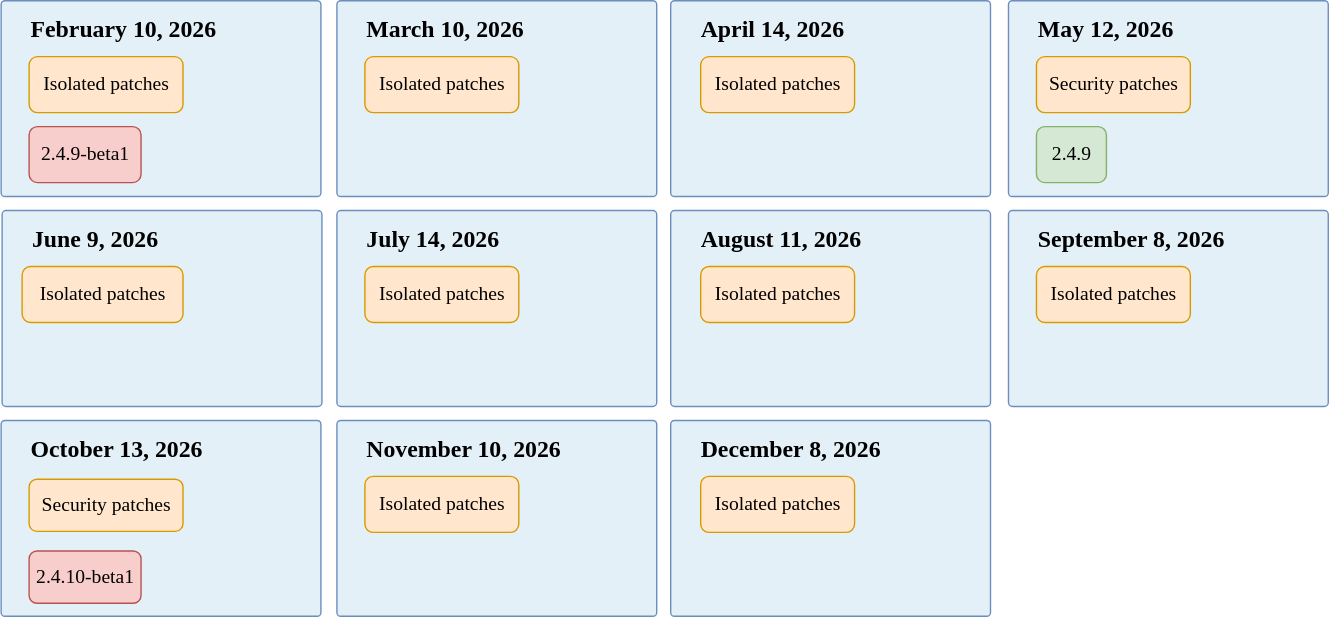
The draw.io diagram help/assets/release/release-calendar.drawio.svg in AdobeDocs/commerce-operations.en, before a commit. Source tidied: cells renumbered, new cells last; positions are measured from the earlier drawing's top-left corner, leaving out a move shared by most shapes.
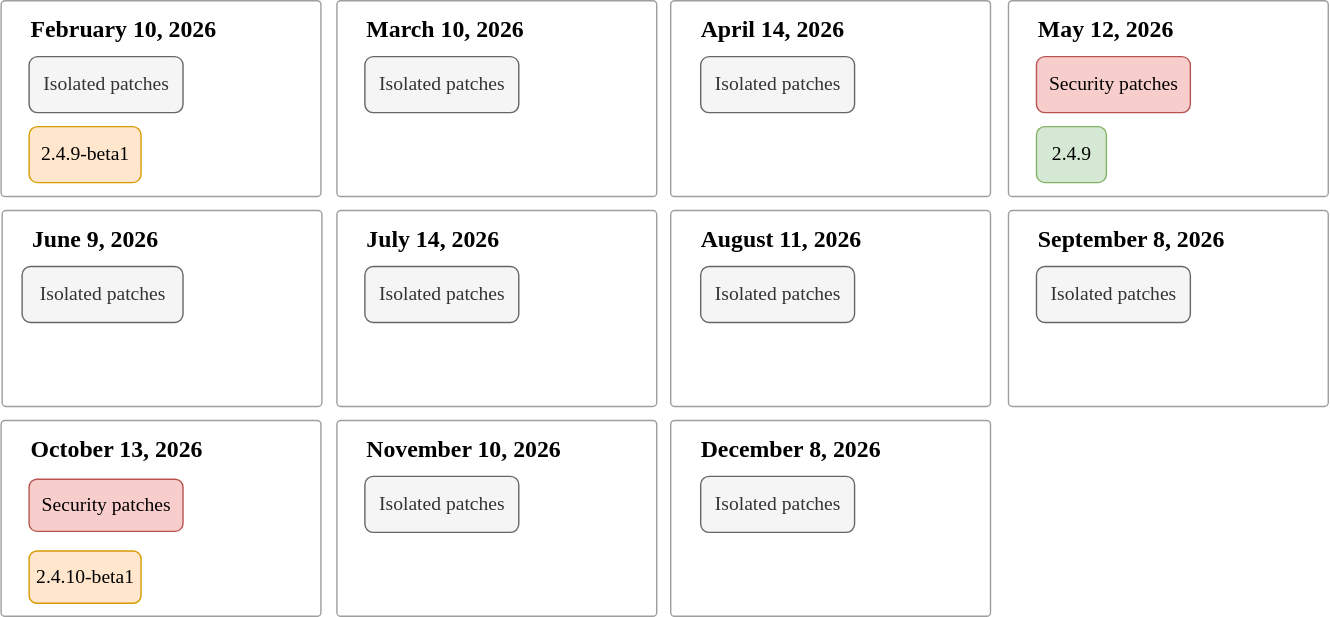
After the change.

Commit message:
COMDOX-1284: remove fill from main boxes

The edit, as a diff of the source:
```diff
@@ -2,79 +2,79 @@
   <root>
     <mxCell id="0" />
     <mxCell id="1" parent="0" />
-    <mxCell id="2" value="&lt;div&gt;&lt;font&gt;&lt;b&gt;March 10, 2026&lt;/b&gt;&lt;/font&gt;&lt;/div&gt;&lt;div&gt;&lt;br&gt;&lt;/div&gt;&lt;div&gt;&lt;br&gt;&lt;/div&gt;" style="rounded=1;whiteSpace=wrap;html=1;arcSize=2;fillColor=#E4F0F8;strokeColor=#6c8ebf;fontFamily=Adobe Clean;fontSize=17;perimeter=rectanglePerimeter;shadow=0;align=left;spacingTop=-58;spacing=2;spacingLeft=19;" parent="1" vertex="1">
+    <mxCell id="2" value="&lt;div&gt;&lt;font&gt;&lt;b&gt;March 10, 2026&lt;/b&gt;&lt;/font&gt;&lt;/div&gt;&lt;div&gt;&lt;br&gt;&lt;/div&gt;&lt;div&gt;&lt;br&gt;&lt;/div&gt;" style="rounded=1;whiteSpace=wrap;html=1;arcSize=2;fillColor=none;strokeColor=#9E9E9E;fontFamily=Adobe Clean;fontSize=17;perimeter=rectanglePerimeter;shadow=0;align=left;spacingTop=-58;spacing=2;spacingLeft=19;" parent="1" vertex="1">
       <mxGeometry x="240" width="228.6" height="140" as="geometry" />
     </mxCell>
-    <mxCell id="3" value="&lt;div&gt;&lt;font&gt;&lt;b&gt;May 12, 2026&lt;/b&gt;&lt;/font&gt;&lt;/div&gt;&lt;div&gt;&lt;br&gt;&lt;/div&gt;&lt;div&gt;&lt;br&gt;&lt;/div&gt;" style="rounded=1;whiteSpace=wrap;html=1;arcSize=2;fillColor=#E4F0F8;strokeColor=#6c8ebf;fontFamily=Adobe Clean;fontSize=17;perimeter=rectanglePerimeter;shadow=0;align=left;spacingTop=-58;spacing=2;spacingLeft=19;" parent="1" vertex="1">
+    <mxCell id="3" value="&lt;div&gt;&lt;font&gt;&lt;b&gt;May 12, 2026&lt;/b&gt;&lt;/font&gt;&lt;/div&gt;&lt;div&gt;&lt;br&gt;&lt;/div&gt;&lt;div&gt;&lt;br&gt;&lt;/div&gt;" style="rounded=1;whiteSpace=wrap;html=1;arcSize=2;fillColor=none;strokeColor=#9E9E9E;fontFamily=Adobe Clean;fontSize=17;perimeter=rectanglePerimeter;shadow=0;align=left;spacingTop=-58;spacing=2;spacingLeft=19;" parent="1" vertex="1">
       <mxGeometry x="720" width="228.6" height="140" as="geometry" />
     </mxCell>
-    <mxCell id="4" value="&lt;div&gt;&lt;font&gt;&lt;b&gt;June 9, 2026&lt;/b&gt;&lt;/font&gt;&lt;/div&gt;&lt;div&gt;&lt;br&gt;&lt;/div&gt;&lt;div&gt;&lt;br&gt;&lt;/div&gt;" style="rounded=1;whiteSpace=wrap;html=1;arcSize=2;fillColor=#E4F0F8;strokeColor=#6c8ebf;fontFamily=Adobe Clean;fontSize=17;perimeter=rectanglePerimeter;shadow=0;align=left;spacingTop=-58;spacing=2;spacingLeft=19;" parent="1" vertex="1">
+    <mxCell id="4" value="&lt;div&gt;&lt;font&gt;&lt;b&gt;June 9, 2026&lt;/b&gt;&lt;/font&gt;&lt;/div&gt;&lt;div&gt;&lt;br&gt;&lt;/div&gt;&lt;div&gt;&lt;br&gt;&lt;/div&gt;" style="rounded=1;whiteSpace=wrap;html=1;arcSize=2;fillColor=none;strokeColor=#9E9E9E;fontFamily=Adobe Clean;fontSize=17;perimeter=rectanglePerimeter;shadow=0;align=left;spacingTop=-58;spacing=2;spacingLeft=19;" parent="1" vertex="1">
       <mxGeometry x="0.7" y="150" width="228.6" height="140" as="geometry" />
     </mxCell>
-    <mxCell id="5" value="&lt;div&gt;&lt;font&gt;&lt;b&gt;July 14, 2026&lt;/b&gt;&lt;/font&gt;&lt;/div&gt;&lt;div&gt;&lt;br&gt;&lt;/div&gt;&lt;div&gt;&lt;br&gt;&lt;/div&gt;" style="rounded=1;whiteSpace=wrap;html=1;arcSize=2;fillColor=#E4F0F8;strokeColor=#6c8ebf;fontFamily=Adobe Clean;fontSize=17;perimeter=rectanglePerimeter;shadow=0;align=left;spacingTop=-58;spacing=2;spacingLeft=19;" parent="1" vertex="1">
+    <mxCell id="5" value="&lt;div&gt;&lt;font&gt;&lt;b&gt;July 14, 2026&lt;/b&gt;&lt;/font&gt;&lt;/div&gt;&lt;div&gt;&lt;br&gt;&lt;/div&gt;&lt;div&gt;&lt;br&gt;&lt;/div&gt;" style="rounded=1;whiteSpace=wrap;html=1;arcSize=2;fillColor=none;strokeColor=#9E9E9E;fontFamily=Adobe Clean;fontSize=17;perimeter=rectanglePerimeter;shadow=0;align=left;spacingTop=-58;spacing=2;spacingLeft=19;" parent="1" vertex="1">
       <mxGeometry x="240" y="150" width="228.6" height="140" as="geometry" />
     </mxCell>
-    <mxCell id="6" value="&lt;div&gt;&lt;font&gt;&lt;b&gt;August 11, 2026&lt;/b&gt;&lt;/font&gt;&lt;/div&gt;&lt;div&gt;&lt;br&gt;&lt;/div&gt;&lt;div&gt;&lt;br&gt;&lt;/div&gt;" style="rounded=1;whiteSpace=wrap;html=1;arcSize=2;fillColor=#E4F0F8;strokeColor=#6c8ebf;fontFamily=Adobe Clean;fontSize=17;perimeter=rectanglePerimeter;shadow=0;align=left;spacingTop=-58;spacing=2;spacingLeft=19;" parent="1" vertex="1">
+    <mxCell id="6" value="&lt;div&gt;&lt;font&gt;&lt;b&gt;August 11, 2026&lt;/b&gt;&lt;/font&gt;&lt;/div&gt;&lt;div&gt;&lt;br&gt;&lt;/div&gt;&lt;div&gt;&lt;br&gt;&lt;/div&gt;" style="rounded=1;whiteSpace=wrap;html=1;arcSize=2;fillColor=none;strokeColor=#9E9E9E;fontFamily=Adobe Clean;fontSize=17;perimeter=rectanglePerimeter;shadow=0;align=left;spacingTop=-58;spacing=2;spacingLeft=19;" parent="1" vertex="1">
       <mxGeometry x="478.6" y="150" width="228.6" height="140" as="geometry" />
     </mxCell>
-    <mxCell id="7" value="&lt;div&gt;&lt;font&gt;&lt;b&gt;September 8, 2026&lt;/b&gt;&lt;/font&gt;&lt;/div&gt;&lt;div&gt;&lt;br&gt;&lt;/div&gt;&lt;div&gt;&lt;br&gt;&lt;/div&gt;" style="rounded=1;whiteSpace=wrap;html=1;arcSize=2;fillColor=#E4F0F8;strokeColor=#6c8ebf;fontFamily=Adobe Clean;fontSize=17;perimeter=rectanglePerimeter;shadow=0;align=left;spacingTop=-58;spacing=2;spacingLeft=19;" parent="1" vertex="1">
+    <mxCell id="7" value="&lt;div&gt;&lt;font&gt;&lt;b&gt;September 8, 2026&lt;/b&gt;&lt;/font&gt;&lt;/div&gt;&lt;div&gt;&lt;br&gt;&lt;/div&gt;&lt;div&gt;&lt;br&gt;&lt;/div&gt;" style="rounded=1;whiteSpace=wrap;html=1;arcSize=2;fillColor=none;strokeColor=#9E9E9E;fontFamily=Adobe Clean;fontSize=17;perimeter=rectanglePerimeter;shadow=0;align=left;spacingTop=-58;spacing=2;spacingLeft=19;" parent="1" vertex="1">
       <mxGeometry x="720" y="150" width="228.6" height="140" as="geometry" />
     </mxCell>
-    <mxCell id="8" value="&lt;div&gt;&lt;font&gt;&lt;b&gt;November 10, 2026&lt;/b&gt;&lt;/font&gt;&lt;/div&gt;&lt;div&gt;&lt;br&gt;&lt;/div&gt;&lt;div&gt;&lt;br&gt;&lt;/div&gt;" style="rounded=1;whiteSpace=wrap;html=1;arcSize=2;fillColor=#E4F0F8;strokeColor=#6c8ebf;fontFamily=Adobe Clean;fontSize=17;perimeter=rectanglePerimeter;shadow=0;align=left;spacingTop=-58;spacing=2;spacingLeft=19;" parent="1" vertex="1">
+    <mxCell id="8" value="&lt;div&gt;&lt;font&gt;&lt;b&gt;November 10, 2026&lt;/b&gt;&lt;/font&gt;&lt;/div&gt;&lt;div&gt;&lt;br&gt;&lt;/div&gt;&lt;div&gt;&lt;br&gt;&lt;/div&gt;" style="rounded=1;whiteSpace=wrap;html=1;arcSize=2;fillColor=none;strokeColor=#9E9E9E;fontFamily=Adobe Clean;fontSize=17;perimeter=rectanglePerimeter;shadow=0;align=left;spacingTop=-58;spacing=2;spacingLeft=19;" parent="1" vertex="1">
       <mxGeometry x="240" y="300" width="228.6" height="140" as="geometry" />
     </mxCell>
-    <mxCell id="9" value="&lt;div&gt;&lt;font&gt;&lt;b&gt;December 8, 2026&lt;/b&gt;&lt;/font&gt;&lt;/div&gt;&lt;div&gt;&lt;br&gt;&lt;/div&gt;&lt;div&gt;&lt;br&gt;&lt;/div&gt;" style="rounded=1;whiteSpace=wrap;html=1;arcSize=2;fillColor=#E4F0F8;strokeColor=#6c8ebf;fontFamily=Adobe Clean;fontSize=17;perimeter=rectanglePerimeter;shadow=0;align=left;spacingTop=-58;spacing=2;spacingLeft=19;" parent="1" vertex="1">
+    <mxCell id="9" value="&lt;div&gt;&lt;font&gt;&lt;b&gt;December 8, 2026&lt;/b&gt;&lt;/font&gt;&lt;/div&gt;&lt;div&gt;&lt;br&gt;&lt;/div&gt;&lt;div&gt;&lt;br&gt;&lt;/div&gt;" style="rounded=1;whiteSpace=wrap;html=1;arcSize=2;fillColor=none;strokeColor=#9E9E9E;fontFamily=Adobe Clean;fontSize=17;perimeter=rectanglePerimeter;shadow=0;align=left;spacingTop=-58;spacing=2;spacingLeft=19;" parent="1" vertex="1">
       <mxGeometry x="478.6" y="300" width="228.6" height="140" as="geometry" />
     </mxCell>
-    <mxCell id="10" value="&lt;div&gt;&lt;font&gt;&lt;b&gt;February 10, 2026&lt;/b&gt;&lt;/font&gt;&lt;/div&gt;&lt;div&gt;&lt;br&gt;&lt;/div&gt;&lt;div&gt;&lt;br&gt;&lt;/div&gt;" style="rounded=1;whiteSpace=wrap;html=1;arcSize=2;fillColor=#E4F0F8;strokeColor=#6c8ebf;fontFamily=Adobe Clean;fontSize=17;perimeter=rectanglePerimeter;shadow=0;align=left;spacingTop=-58;spacing=2;spacingLeft=19;" parent="1" vertex="1">
+    <mxCell id="10" value="&lt;div&gt;&lt;font&gt;&lt;b&gt;February 10, 2026&lt;/b&gt;&lt;/font&gt;&lt;/div&gt;&lt;div&gt;&lt;br&gt;&lt;/div&gt;&lt;div&gt;&lt;br&gt;&lt;/div&gt;" style="rounded=1;whiteSpace=wrap;html=1;arcSize=2;fillColor=none;strokeColor=#9E9E9E;fontFamily=Adobe Clean;fontSize=17;perimeter=rectanglePerimeter;shadow=0;align=left;spacingTop=-58;spacing=2;spacingLeft=19;" parent="1" vertex="1">
       <mxGeometry width="228.6" height="140" as="geometry" />
     </mxCell>
-    <mxCell id="11" value="&lt;div&gt;&lt;font&gt;&lt;b&gt;April 14, 2026&lt;/b&gt;&lt;/font&gt;&lt;/div&gt;&lt;div&gt;&lt;br&gt;&lt;/div&gt;&lt;div&gt;&lt;br&gt;&lt;/div&gt;" style="rounded=1;whiteSpace=wrap;html=1;arcSize=2;fillColor=#E4F0F8;strokeColor=#6c8ebf;fontFamily=Adobe Clean;fontSize=17;perimeter=rectanglePerimeter;shadow=0;align=left;spacingTop=-58;spacing=2;spacingLeft=19;" parent="1" vertex="1">
+    <mxCell id="11" value="&lt;div&gt;&lt;font&gt;&lt;b&gt;April 14, 2026&lt;/b&gt;&lt;/font&gt;&lt;/div&gt;&lt;div&gt;&lt;br&gt;&lt;/div&gt;&lt;div&gt;&lt;br&gt;&lt;/div&gt;" style="rounded=1;whiteSpace=wrap;html=1;arcSize=2;fillColor=none;strokeColor=#9E9E9E;fontFamily=Adobe Clean;fontSize=17;perimeter=rectanglePerimeter;shadow=0;align=left;spacingTop=-58;spacing=2;spacingLeft=19;" parent="1" vertex="1">
       <mxGeometry x="478.6" width="228.6" height="140" as="geometry" />
     </mxCell>
-    <mxCell id="12" value="Isolated patches" style="rounded=1;whiteSpace=wrap;html=1;fillColor=#ffe6cc;strokeColor=#d79b00;fontFamily=Adobe Clean;fontSize=14;" parent="1" vertex="1">
+    <mxCell id="12" value="Isolated patches" style="rounded=1;whiteSpace=wrap;html=1;fillColor=#f5f5f5;strokeColor=#666666;fontFamily=Adobe Clean;fontSize=14;fontColor=#333333;" parent="1" vertex="1">
       <mxGeometry x="20" y="40" width="110" height="40" as="geometry" />
     </mxCell>
-    <mxCell id="13" value="Isolated patches" style="rounded=1;whiteSpace=wrap;html=1;fillColor=#ffe6cc;strokeColor=#d79b00;fontFamily=Adobe Clean;fontSize=14;" parent="1" vertex="1">
+    <mxCell id="13" value="Isolated patches" style="rounded=1;whiteSpace=wrap;html=1;fillColor=#f5f5f5;strokeColor=#666666;fontFamily=Adobe Clean;fontSize=14;fontColor=#333333;" parent="1" vertex="1">
       <mxGeometry x="260" y="40" width="110" height="40" as="geometry" />
     </mxCell>
-    <mxCell id="14" value="Isolated patches" style="rounded=1;whiteSpace=wrap;html=1;fillColor=#ffe6cc;strokeColor=#d79b00;fontFamily=Adobe Clean;fontSize=14;" parent="1" vertex="1">
+    <mxCell id="14" value="Isolated patches" style="rounded=1;whiteSpace=wrap;html=1;fillColor=#f5f5f5;strokeColor=#666666;fontFamily=Adobe Clean;fontSize=14;fontColor=#333333;" parent="1" vertex="1">
       <mxGeometry x="260" y="190" width="110" height="40" as="geometry" />
     </mxCell>
-    <mxCell id="15" value="Isolated patches" style="rounded=1;whiteSpace=wrap;html=1;fillColor=#ffe6cc;strokeColor=#d79b00;fontFamily=Adobe Clean;fontSize=14;" parent="1" vertex="1">
+    <mxCell id="15" value="Isolated patches" style="rounded=1;whiteSpace=wrap;html=1;fillColor=#f5f5f5;strokeColor=#666666;fontFamily=Adobe Clean;fontSize=14;fontColor=#333333;" parent="1" vertex="1">
       <mxGeometry x="15" y="190" width="115" height="40" as="geometry" />
     </mxCell>
-    <mxCell id="16" value="Isolated patches" style="rounded=1;whiteSpace=wrap;html=1;fillColor=#ffe6cc;strokeColor=#d79b00;fontFamily=Adobe Clean;fontSize=14;" parent="1" vertex="1">
+    <mxCell id="16" value="Isolated patches" style="rounded=1;whiteSpace=wrap;html=1;fillColor=#f5f5f5;strokeColor=#666666;fontFamily=Adobe Clean;fontSize=14;fontColor=#333333;" parent="1" vertex="1">
       <mxGeometry x="260" y="340" width="110" height="40" as="geometry" />
     </mxCell>
-    <mxCell id="17" value="Isolated patches" style="rounded=1;whiteSpace=wrap;html=1;fillColor=#ffe6cc;strokeColor=#d79b00;fontFamily=Adobe Clean;fontSize=14;" parent="1" vertex="1">
+    <mxCell id="17" value="Isolated patches" style="rounded=1;whiteSpace=wrap;html=1;fillColor=#f5f5f5;strokeColor=#666666;fontFamily=Adobe Clean;fontSize=14;fontColor=#333333;" parent="1" vertex="1">
       <mxGeometry x="500" y="340" width="110" height="40" as="geometry" />
     </mxCell>
-    <mxCell id="18" value="Isolated patches" style="rounded=1;whiteSpace=wrap;html=1;fillColor=#ffe6cc;strokeColor=#d79b00;fontFamily=Adobe Clean;fontSize=14;" parent="1" vertex="1">
+    <mxCell id="18" value="Isolated patches" style="rounded=1;whiteSpace=wrap;html=1;fillColor=#f5f5f5;strokeColor=#666666;fontFamily=Adobe Clean;fontSize=14;fontColor=#333333;" parent="1" vertex="1">
       <mxGeometry x="500" y="190" width="110" height="40" as="geometry" />
     </mxCell>
-    <mxCell id="19" value="Isolated patches" style="rounded=1;whiteSpace=wrap;html=1;fillColor=#ffe6cc;strokeColor=#d79b00;fontFamily=Adobe Clean;fontSize=14;" parent="1" vertex="1">
+    <mxCell id="19" value="Isolated patches" style="rounded=1;whiteSpace=wrap;html=1;fillColor=#f5f5f5;strokeColor=#666666;fontFamily=Adobe Clean;fontSize=14;fontColor=#333333;" parent="1" vertex="1">
       <mxGeometry x="500" y="40" width="110" height="40" as="geometry" />
     </mxCell>
-    <mxCell id="20" value="Isolated patches" style="rounded=1;whiteSpace=wrap;html=1;fillColor=#ffe6cc;strokeColor=#d79b00;fontFamily=Adobe Clean;fontSize=14;" parent="1" vertex="1">
+    <mxCell id="20" value="Isolated patches" style="rounded=1;whiteSpace=wrap;html=1;fillColor=#f5f5f5;strokeColor=#666666;fontFamily=Adobe Clean;fontSize=14;fontColor=#333333;" parent="1" vertex="1">
       <mxGeometry x="740" y="190" width="110" height="40" as="geometry" />
     </mxCell>
-    <mxCell id="21" value="Security patches" style="rounded=1;whiteSpace=wrap;html=1;fillColor=#ffe6cc;strokeColor=#d79b00;fontFamily=Adobe Clean;fontSize=14;" parent="1" vertex="1">
+    <mxCell id="21" value="Security patches" style="rounded=1;whiteSpace=wrap;html=1;fillColor=#f8cecc;strokeColor=#b85450;fontFamily=Adobe Clean;fontSize=14;" parent="1" vertex="1">
       <mxGeometry x="740" y="40" width="110" height="40" as="geometry" />
     </mxCell>
     <mxCell id="22" value="2.4.9" style="rounded=1;whiteSpace=wrap;html=1;fillColor=#d5e8d4;strokeColor=#82b366;fontFamily=Adobe Clean;fontSize=14;" parent="1" vertex="1">
       <mxGeometry x="740" y="90" width="50" height="40" as="geometry" />
     </mxCell>
-    <mxCell id="23" value="2.4.9-beta1" style="rounded=1;whiteSpace=wrap;html=1;fillColor=#f8cecc;strokeColor=#b85450;fontFamily=Adobe Clean;fontSize=14;" parent="1" vertex="1">
+    <mxCell id="23" value="2.4.9-beta1" style="rounded=1;whiteSpace=wrap;html=1;fillColor=#ffe6cc;strokeColor=#d79b00;fontFamily=Adobe Clean;fontSize=14;" parent="1" vertex="1">
       <mxGeometry x="20" y="90" width="80" height="40" as="geometry" />
     </mxCell>
-    <mxCell id="24" value="&lt;div&gt;&lt;font&gt;&lt;b&gt;October 13, 2026&lt;/b&gt;&lt;/font&gt;&lt;/div&gt;&lt;div&gt;&lt;br&gt;&lt;/div&gt;&lt;div&gt;&lt;br&gt;&lt;/div&gt;" style="rounded=1;whiteSpace=wrap;html=1;arcSize=2;fillColor=#E4F0F8;strokeColor=#6c8ebf;fontFamily=Adobe Clean;fontSize=17;perimeter=rectanglePerimeter;shadow=0;align=left;spacingTop=-58;spacing=2;spacingLeft=19;" parent="1" vertex="1">
+    <mxCell id="24" value="&lt;div&gt;&lt;font&gt;&lt;b&gt;October 13, 2026&lt;/b&gt;&lt;/font&gt;&lt;/div&gt;&lt;div&gt;&lt;br&gt;&lt;/div&gt;&lt;div&gt;&lt;br&gt;&lt;/div&gt;" style="rounded=1;whiteSpace=wrap;html=1;arcSize=2;fillColor=none;strokeColor=#9E9E9E;fontFamily=Adobe Clean;fontSize=17;perimeter=rectanglePerimeter;shadow=0;align=left;spacingTop=-58;spacing=2;spacingLeft=19;" parent="1" vertex="1">
       <mxGeometry y="300" width="228.6" height="140" as="geometry" />
     </mxCell>
-    <mxCell id="25" value="Security patches" style="rounded=1;whiteSpace=wrap;html=1;fillColor=#ffe6cc;strokeColor=#d79b00;fontFamily=Adobe Clean;fontSize=14;" parent="1" vertex="1">
+    <mxCell id="25" value="Security patches" style="rounded=1;whiteSpace=wrap;html=1;fillColor=#f8cecc;strokeColor=#b85450;fontFamily=Adobe Clean;fontSize=14;" parent="1" vertex="1">
       <mxGeometry x="20" y="342" width="110" height="37.3" as="geometry" />
     </mxCell>
-    <mxCell id="26" value="2.4.10-beta1" style="rounded=1;whiteSpace=wrap;html=1;fillColor=#f8cecc;strokeColor=#b85450;fontFamily=Adobe Clean;fontSize=14;" parent="1" vertex="1">
+    <mxCell id="26" value="2.4.10-beta1" style="rounded=1;whiteSpace=wrap;html=1;fillColor=#ffe6cc;strokeColor=#d79b00;fontFamily=Adobe Clean;fontSize=14;" parent="1" vertex="1">
       <mxGeometry x="20" y="393.3" width="80" height="37.3" as="geometry" />
     </mxCell>
   </root>
```
